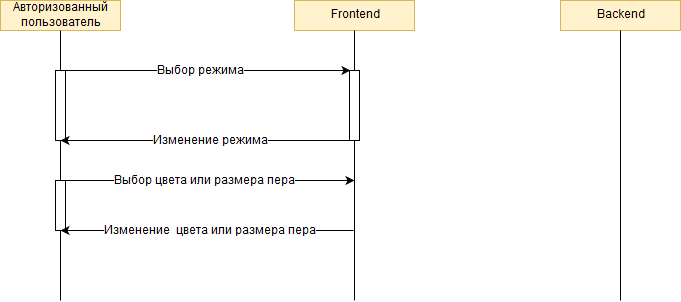
Above: Diagram/Sequence/Selectstyle.png in EvgeniiAleinikov/TRiTPO (draw.io), before the change. Source tidied: cells renumbered, new cells last; positions are measured from the earlier drawing's top-left corner, leaving out a move shared by most shapes.
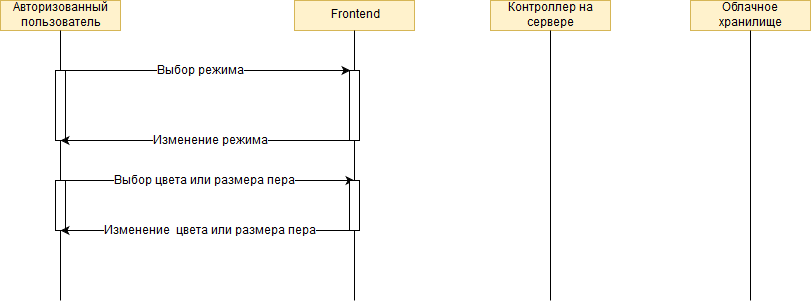
The same file after the commit.

What changed in the source:
```diff
@@ -8,8 +8,8 @@
     <mxCell id="3" value="Frontend" style="rounded=0;whiteSpace=wrap;html=1;fillColor=#fff2cc;strokeColor=#d6b656;" parent="1" vertex="1">
       <mxGeometry x="294" width="120" height="30" as="geometry" />
     </mxCell>
-    <mxCell id="4" value="Backend" style="rounded=0;whiteSpace=wrap;html=1;fillColor=#fff2cc;strokeColor=#d6b656;" parent="1" vertex="1">
-      <mxGeometry x="560" width="120" height="30" as="geometry" />
+    <mxCell id="4" value="Контроллер на сервере" style="rounded=0;whiteSpace=wrap;html=1;fillColor=#fff2cc;strokeColor=#d6b656;" parent="1" vertex="1">
+      <mxGeometry x="490" width="120" height="30" as="geometry" />
     </mxCell>
     <mxCell id="5" style="endArrow=none;html=1;entryX=0.5;entryY=1;" parent="1" edge="1" source="8" target="2">
       <mxGeometry relative="1" as="geometry" />
@@ -21,8 +21,8 @@
     </mxCell>
     <mxCell id="7" style="endArrow=none;html=1;entryX=0.5;entryY=1;" parent="1" edge="1">
       <mxGeometry relative="1" as="geometry">
-        <mxPoint x="620" y="300" as="sourcePoint" />
-        <mxPoint x="620" y="30" as="targetPoint" />
+        <mxPoint x="550" y="300" as="sourcePoint" />
+        <mxPoint x="550" y="30" as="targetPoint" />
       </mxGeometry>
     </mxCell>
     <mxCell id="8" style="rounded=0;whiteSpace=wrap;html=1;" parent="1" vertex="1">
@@ -44,10 +44,8 @@
     <mxCell id="12" style="rounded=0;whiteSpace=wrap;html=1;" parent="1" vertex="1">
       <mxGeometry x="349" y="70" width="10" height="70" as="geometry" />
     </mxCell>
-    <mxCell id="13" style="endArrow=none;html=1;entryX=0.5;entryY=1;" parent="1" edge="1" target="12">
-      <mxGeometry relative="1" as="geometry">
-        <mxPoint x="354" y="300" as="sourcePoint" />
-      </mxGeometry>
+    <mxCell id="13" style="endArrow=none;html=1;entryX=0.5;entryY=1;" parent="1" edge="1" source="24" target="12">
+      <mxGeometry relative="1" as="geometry" />
     </mxCell>
     <mxCell id="14" style="endArrow=classic;html=1;exitX=0.5;exitY=1;" parent="1" edge="1">
       <mxGeometry relative="1" as="geometry">
@@ -90,5 +88,22 @@
         <mxPoint x="-21" y="-2" as="offset" />
       </mxGeometry>
     </mxCell>
+    <mxCell id="22" value="Облачное хранилище" style="rounded=0;whiteSpace=wrap;html=1;fillColor=#fff2cc;strokeColor=#d6b656;" parent="1" vertex="1">
+      <mxGeometry x="690" width="120" height="30" as="geometry" />
+    </mxCell>
+    <mxCell id="23" style="endArrow=none;html=1;entryX=0.5;entryY=1;" parent="1" edge="1">
+      <mxGeometry relative="1" as="geometry">
+        <mxPoint x="750" y="300" as="sourcePoint" />
+        <mxPoint x="750" y="30" as="targetPoint" />
+      </mxGeometry>
+    </mxCell>
+    <mxCell id="24" style="rounded=0;whiteSpace=wrap;html=1;" parent="1" vertex="1">
+      <mxGeometry x="349" y="180" width="10" height="50" as="geometry" />
+    </mxCell>
+    <mxCell id="25" style="endArrow=none;html=1;entryX=0.5;entryY=1;" parent="1" edge="1" target="24">
+      <mxGeometry relative="1" as="geometry">
+        <mxPoint x="354" y="300" as="sourcePoint" />
+      </mxGeometry>
+    </mxCell>
   </root>
 </mxGraphModel>
```
